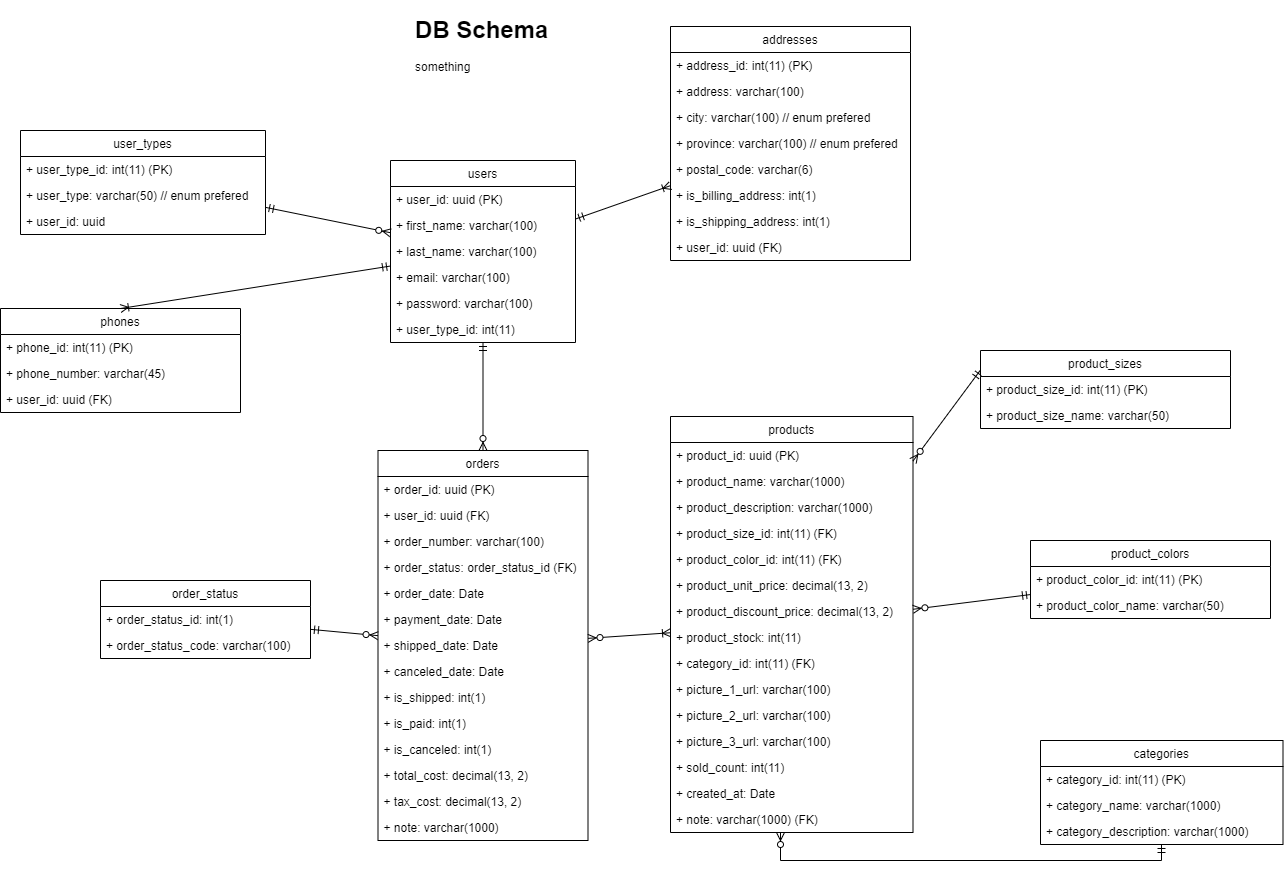
The draw.io diagram db-design.png in stsiwo/e-commerce-starter-kits, before a commit. Source tidied: cells renumbered, new cells last; positions are measured from the earlier drawing's top-left corner, leaving out a move shared by most shapes.
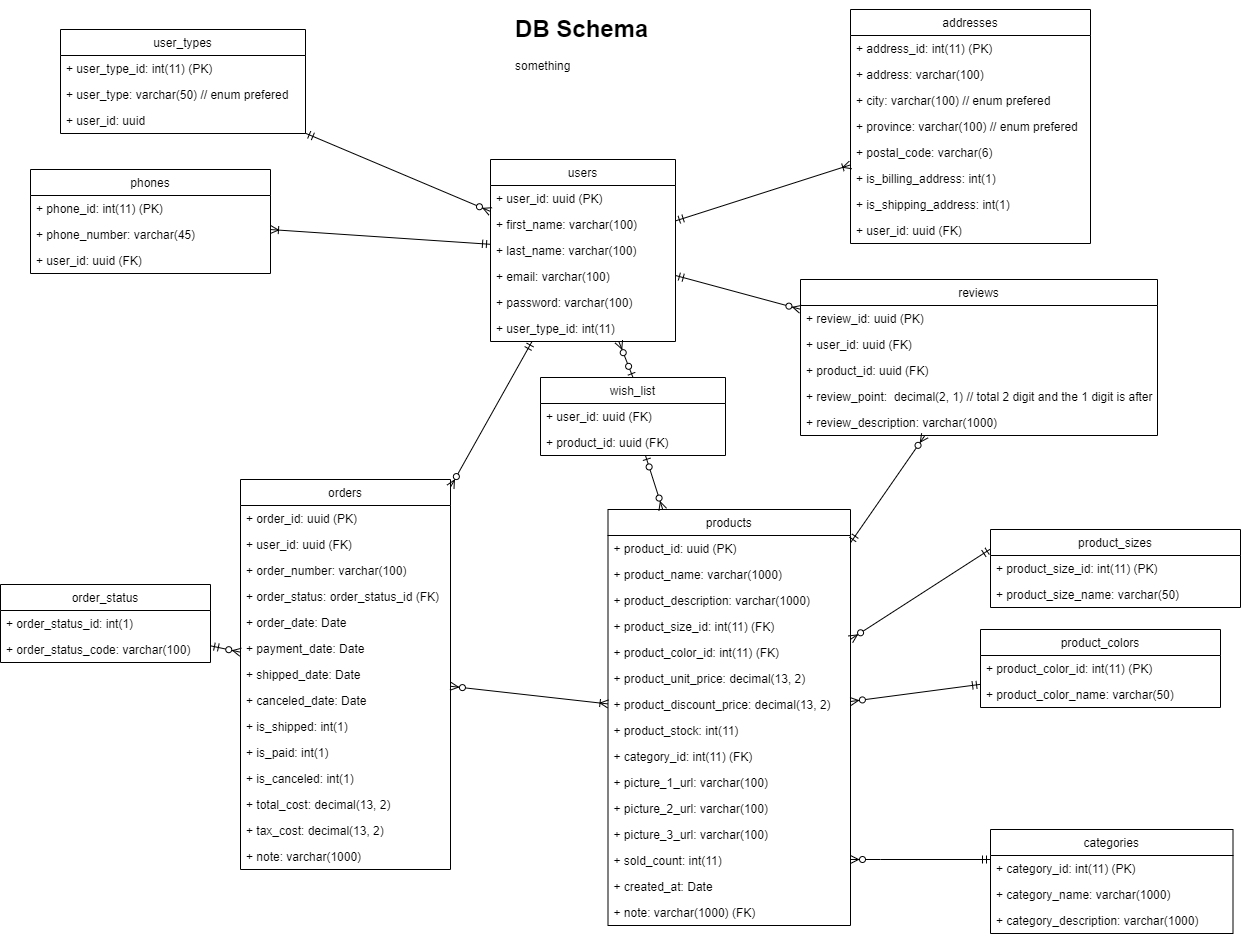
The same file after the commit.

Change to the diagram source:
```diff
@@ -8,7 +8,7 @@
     <mxCell id="3" style="rounded=0;jettySize=auto;html=1;endArrow=ERoneToMany;endFill=0;startArrow=ERmandOne;startFill=0;" parent="1" edge="1" source="7" target="14">
       <mxGeometry relative="1" as="geometry" />
     </mxCell>
-    <mxCell id="4" style="edgeStyle=none;rounded=0;jettySize=auto;html=1;entryX=0.5;entryY=0;entryDx=0;entryDy=0;startArrow=ERmandOne;startFill=0;endArrow=ERoneToMany;endFill=0;" parent="1" edge="1" source="7" target="23">
+    <mxCell id="4" style="edgeStyle=none;rounded=0;jettySize=auto;html=1;startArrow=ERmandOne;startFill=0;endArrow=ERoneToMany;endFill=0;" parent="1" edge="1" source="7" target="23">
       <mxGeometry relative="1" as="geometry" />
     </mxCell>
     <mxCell id="5" style="edgeStyle=none;rounded=0;jettySize=auto;html=1;startArrow=ERzeroToMany;startFill=1;endArrow=ERmandOne;endFill=0;" parent="1" edge="1" source="7" target="27">
@@ -17,6 +17,12 @@
     <mxCell id="6" style="edgeStyle=none;rounded=0;jettySize=auto;html=1;startArrow=ERmandOne;startFill=0;endArrow=ERzeroToMany;endFill=1;" parent="1" edge="1" source="7" target="51">
       <mxGeometry relative="1" as="geometry" />
     </mxCell>
+    <mxCell id="80" style="edgeStyle=none;rounded=0;jettySize=auto;html=1;entryX=0.5;entryY=0;entryDx=0;entryDy=0;startArrow=ERzeroToMany;startFill=1;endArrow=ERzeroToOne;endFill=1;" parent="1" edge="1" source="7" target="84">
+      <mxGeometry relative="1" as="geometry" />
+    </mxCell>
+    <mxCell id="81" style="edgeStyle=none;rounded=0;jettySize=auto;html=1;startArrow=ERmandOne;startFill=0;endArrow=ERzeroToMany;endFill=1;" parent="1" edge="1" source="7" target="87">
+      <mxGeometry relative="1" as="geometry" />
+    </mxCell>
     <mxCell id="7" value="users" style="swimlane;fontStyle=0;horizontal=1;startSize=26;fillColor=none;" parent="1" vertex="1">
       <mxGeometry x="390" y="150" width="185" height="182" as="geometry" />
     </mxCell>
@@ -39,7 +45,7 @@
       <mxGeometry y="156" width="185" height="26" as="geometry" />
     </mxCell>
     <mxCell id="14" value="addresses" style="swimlane;fontStyle=0;horizontal=1;startSize=26;fillColor=none;" parent="1" vertex="1">
-      <mxGeometry x="670" y="16" width="240" height="234" as="geometry" />
+      <mxGeometry x="750" width="240" height="234" as="geometry" />
     </mxCell>
     <mxCell id="15" value="+ address_id: int(11) (PK)" style="text;strokeColor=none;fillColor=none;align=left;verticalAlign=top;spacingLeft=4;spacingRight=4;overflow=hidden;" parent="14" vertex="1">
       <mxGeometry y="26" width="240" height="26" as="geometry" />
@@ -66,7 +72,7 @@
       <mxGeometry y="208" width="240" height="26" as="geometry" />
     </mxCell>
     <mxCell id="23" value="phones" style="swimlane;fontStyle=0;horizontal=1;startSize=26;fillColor=none;" parent="1" vertex="1">
-      <mxGeometry y="298" width="240" height="104" as="geometry" />
+      <mxGeometry x="-70" y="160" width="240" height="104" as="geometry" />
     </mxCell>
     <mxCell id="24" value="+ phone_id: int(11) (PK)" style="text;strokeColor=none;fillColor=none;align=left;verticalAlign=top;spacingLeft=4;spacingRight=4;overflow=hidden;" parent="23" vertex="1">
       <mxGeometry y="26" width="240" height="26" as="geometry" />
@@ -78,7 +84,7 @@
       <mxGeometry y="78" width="240" height="26" as="geometry" />
     </mxCell>
     <mxCell id="27" value="user_types" style="swimlane;fontStyle=0;horizontal=1;startSize=26;fillColor=none;" parent="1" vertex="1">
-      <mxGeometry x="20" y="120" width="245" height="104" as="geometry" />
+      <mxGeometry x="-40" y="20" width="245" height="104" as="geometry" />
     </mxCell>
     <mxCell id="28" value="+ user_type_id: int(11) (PK)" style="text;strokeColor=none;fillColor=none;align=left;verticalAlign=top;spacingLeft=4;spacingRight=4;overflow=hidden;" parent="27" vertex="1">
       <mxGeometry y="26" width="245" height="26" as="geometry" />
@@ -103,8 +109,14 @@
         </Array>
       </mxGeometry>
     </mxCell>
+    <mxCell id="82" style="edgeStyle=none;rounded=0;jettySize=auto;html=1;startArrow=ERzeroToMany;startFill=1;endArrow=ERzeroToOne;endFill=1;" parent="1" edge="1" source="34" target="84">
+      <mxGeometry relative="1" as="geometry" />
+    </mxCell>
+    <mxCell id="83" style="edgeStyle=none;rounded=0;jettySize=auto;html=1;startArrow=ERmandOne;startFill=0;endArrow=ERzeroToMany;endFill=1;" parent="1" edge="1" source="34" target="87">
+      <mxGeometry relative="1" as="geometry" />
+    </mxCell>
     <mxCell id="34" value="products" style="swimlane;fontStyle=0;horizontal=1;startSize=26;fillColor=none;" parent="1" vertex="1">
-      <mxGeometry x="670" y="406" width="242.5" height="416" as="geometry" />
+      <mxGeometry x="507.5" y="500" width="242.5" height="416" as="geometry" />
     </mxCell>
     <mxCell id="35" value="+ product_id: uuid (PK)" style="text;strokeColor=none;fillColor=none;align=left;verticalAlign=top;spacingLeft=4;spacingRight=4;overflow=hidden;" parent="34" vertex="1">
       <mxGeometry y="26" width="242.5" height="26" as="geometry" />
@@ -155,7 +167,7 @@
       <mxGeometry relative="1" as="geometry" />
     </mxCell>
     <mxCell id="51" value="orders" style="swimlane;fontStyle=0;horizontal=1;startSize=26;fillColor=none;" parent="1" vertex="1">
-      <mxGeometry x="377.5" y="440" width="210" height="390" as="geometry" />
+      <mxGeometry x="140" y="470" width="210" height="390" as="geometry" />
     </mxCell>
     <mxCell id="52" value="+ order_id: uuid (PK)" style="text;strokeColor=none;fillColor=none;align=left;verticalAlign=top;spacingLeft=4;spacingRight=4;overflow=hidden;" parent="51" vertex="1">
       <mxGeometry y="26" width="210" height="26" as="geometry" />
@@ -203,7 +215,7 @@
       <mxGeometry relative="1" as="geometry" />
     </mxCell>
     <mxCell id="67" value="order_status" style="swimlane;fontStyle=0;horizontal=1;startSize=26;fillColor=none;" parent="1" vertex="1">
-      <mxGeometry x="100" y="570" width="210" height="78" as="geometry" />
+      <mxGeometry x="-100" y="575" width="210" height="78" as="geometry" />
     </mxCell>
     <mxCell id="68" value="+ order_status_id: int(1)" style="text;strokeColor=none;fillColor=none;align=left;verticalAlign=top;spacingLeft=4;spacingRight=4;overflow=hidden;" parent="67" vertex="1">
       <mxGeometry y="26" width="210" height="26" as="geometry" />
@@ -212,7 +224,7 @@
       <mxGeometry y="52" width="210" height="26" as="geometry" />
     </mxCell>
     <mxCell id="70" value="product_sizes" style="swimlane;fontStyle=0;horizontal=1;startSize=26;fillColor=none;" parent="1" vertex="1">
-      <mxGeometry x="980" y="340" width="250" height="78" as="geometry" />
+      <mxGeometry x="890" y="520" width="250" height="78" as="geometry" />
     </mxCell>
     <mxCell id="71" value="+ product_size_id: int(11) (PK)" style="text;strokeColor=none;fillColor=none;align=left;verticalAlign=top;spacingLeft=4;spacingRight=4;overflow=hidden;" parent="70" vertex="1">
       <mxGeometry y="26" width="250" height="26" as="geometry" />
@@ -221,7 +233,7 @@
       <mxGeometry y="52" width="250" height="26" as="geometry" />
     </mxCell>
     <mxCell id="73" value="product_colors" style="swimlane;fontStyle=0;horizontal=1;startSize=26;fillColor=none;" parent="1" vertex="1">
-      <mxGeometry x="1030" y="530" width="240" height="78" as="geometry" />
+      <mxGeometry x="880" y="620" width="240" height="78" as="geometry" />
     </mxCell>
     <mxCell id="74" value="+ product_color_id: int(11) (PK)" style="text;strokeColor=none;fillColor=none;align=left;verticalAlign=top;spacingLeft=4;spacingRight=4;overflow=hidden;" parent="73" vertex="1">
       <mxGeometry y="26" width="240" height="26" as="geometry" />
@@ -230,7 +242,7 @@
       <mxGeometry y="52" width="240" height="26" as="geometry" />
     </mxCell>
     <mxCell id="76" value="categories" style="swimlane;fontStyle=0;horizontal=1;startSize=26;fillColor=none;" parent="1" vertex="1">
-      <mxGeometry x="1040" y="730" width="242.5" height="104" as="geometry" />
+      <mxGeometry x="890" y="820" width="242.5" height="104" as="geometry" />
     </mxCell>
     <mxCell id="77" value="+ category_id: int(11) (PK)" style="text;strokeColor=none;fillColor=none;align=left;verticalAlign=top;spacingLeft=4;spacingRight=4;overflow=hidden;" parent="76" vertex="1">
       <mxGeometry y="26" width="242.5" height="26" as="geometry" />
@@ -241,5 +253,32 @@
     <mxCell id="79" value="+ category_description: varchar(1000)" style="text;strokeColor=none;fillColor=none;align=left;verticalAlign=top;spacingLeft=4;spacingRight=4;overflow=hidden;" parent="76" vertex="1">
       <mxGeometry y="78" width="242.5" height="26" as="geometry" />
     </mxCell>
+    <mxCell id="84" value="wish_list" style="swimlane;fontStyle=0;horizontal=1;startSize=26;fillColor=none;" parent="1" vertex="1">
+      <mxGeometry x="440" y="368" width="185" height="78" as="geometry" />
+    </mxCell>
+    <mxCell id="85" value="+ user_id: uuid (FK)" style="text;strokeColor=none;fillColor=none;align=left;verticalAlign=top;spacingLeft=4;spacingRight=4;overflow=hidden;" parent="84" vertex="1">
+      <mxGeometry y="26" width="185" height="26" as="geometry" />
+    </mxCell>
+    <mxCell id="86" value="+ product_id: uuid (FK)" style="text;strokeColor=none;fillColor=none;align=left;verticalAlign=top;spacingLeft=4;spacingRight=4;overflow=hidden;" parent="84" vertex="1">
+      <mxGeometry y="52" width="185" height="26" as="geometry" />
+    </mxCell>
+    <mxCell id="87" value="reviews" style="swimlane;fontStyle=0;horizontal=1;startSize=26;fillColor=none;" parent="1" vertex="1">
+      <mxGeometry x="700" y="270" width="357" height="156" as="geometry" />
+    </mxCell>
+    <mxCell id="88" value="+ review_id: uuid (PK)" style="text;strokeColor=none;fillColor=none;align=left;verticalAlign=top;spacingLeft=4;spacingRight=4;overflow=hidden;" parent="87" vertex="1">
+      <mxGeometry y="26" width="357" height="26" as="geometry" />
+    </mxCell>
+    <mxCell id="89" value="+ user_id: uuid (FK)" style="text;strokeColor=none;fillColor=none;align=left;verticalAlign=top;spacingLeft=4;spacingRight=4;overflow=hidden;" parent="87" vertex="1">
+      <mxGeometry y="52" width="357" height="26" as="geometry" />
+    </mxCell>
+    <mxCell id="90" value="+ product_id: uuid (FK)" style="text;strokeColor=none;fillColor=none;align=left;verticalAlign=top;spacingLeft=4;spacingRight=4;overflow=hidden;" parent="87" vertex="1">
+      <mxGeometry y="78" width="357" height="26" as="geometry" />
+    </mxCell>
+    <mxCell id="91" value="+ review_point:  decimal(2, 1) // total 2 digit and the 1 digit is after dot " style="text;strokeColor=none;fillColor=none;align=left;verticalAlign=top;spacingLeft=4;spacingRight=4;overflow=hidden;" parent="87" vertex="1">
+      <mxGeometry y="104" width="357" height="26" as="geometry" />
+    </mxCell>
+    <mxCell id="92" value="+ review_description: varchar(1000)" style="text;strokeColor=none;fillColor=none;align=left;verticalAlign=top;spacingLeft=4;spacingRight=4;overflow=hidden;" parent="87" vertex="1">
+      <mxGeometry y="130" width="357" height="26" as="geometry" />
+    </mxCell>
   </root>
 </mxGraphModel>
```
